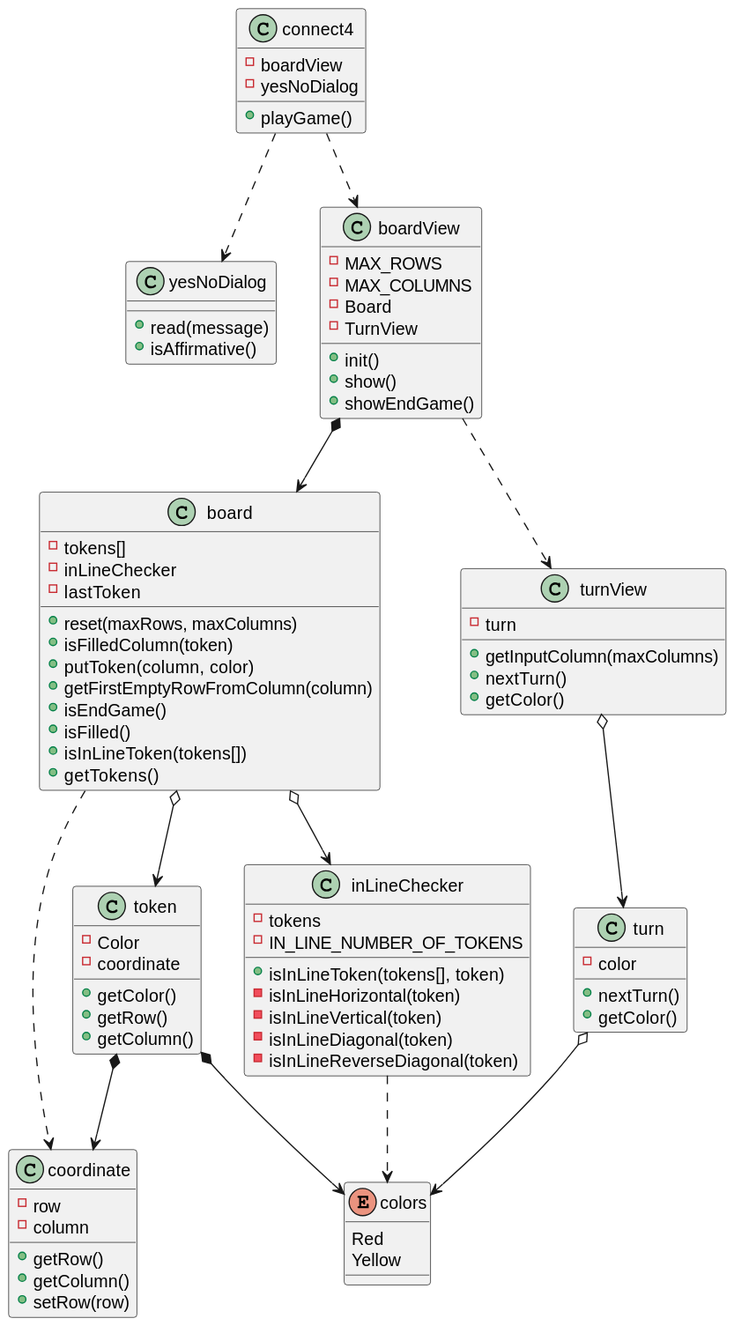
This is out/UML/softwareModel/softwareModel.svg from jumpering/connect4, a PlantUML export, as it was before one commit.
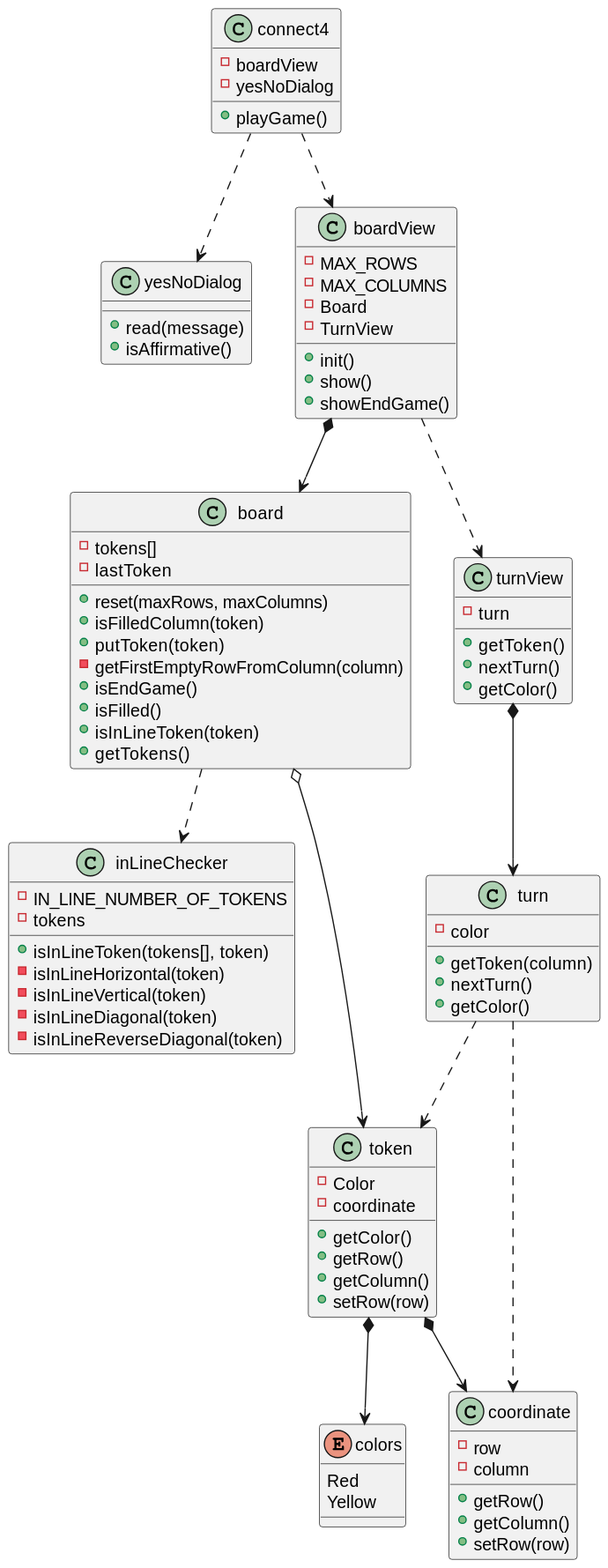
After the commit.

Change to the diagram source:
```diff
@@ -11,15 +11,14 @@
 }
 class board{
     - tokens[]
-    - inLineChecker
     - lastToken
     + reset(maxRows, maxColumns)
     + isFilledColumn(token)
-    + putToken(column, color)
-    + getFirstEmptyRowFromColumn(column)
+    + putToken(token)
+    - getFirstEmptyRowFromColumn(column)
     + isEndGame()
     + isFilled()
-    + isInLineToken(tokens[])
+    + isInLineToken(token)
     + getTokens()
 }
 class boardView{
@@ -32,8 +31,8 @@
     + showEndGame()
 }
 class inLineChecker{
+    - IN_LINE_NUMBER_OF_TOKENS
     - tokens
-    - IN_LINE_NUMBER_OF_TOKENS
     + isInLineToken(tokens[], token)
     - isInLineHorizontal(token)
     - isInLineVertical(token)
@@ -47,6 +46,7 @@
     + getColor()
     + getRow()
     + getColumn()
+    + setRow(row)
 }
 
 class coordinate {
@@ -55,18 +55,18 @@
     + getRow()
     + getColumn()
     + setRow(row)
-
 }
 
 class turnView{
     - turn
-    + getInputColumn(maxColumns)
+    + getToken()
     + nextTurn()
     + getColor()
 }
 
 class turn{
     - color
+    + getToken(column)
     + nextTurn()
     + getColor()
 }
@@ -80,12 +80,11 @@
 connect4 ..> yesNoDialog
 boardView *--> board
 boardView ..> turnView
-turnView o--> turn
 board o--> token
-board o--> inLineChecker
-board ..> coordinate
-inLineChecker ..> colors
-turn o--> colors
+board ..> inLineChecker
+turnView *--> turn
+turn ..> coordinate
+turn ..> token
 token *--> colors
 token *--> coordinate
 @enduml
```
